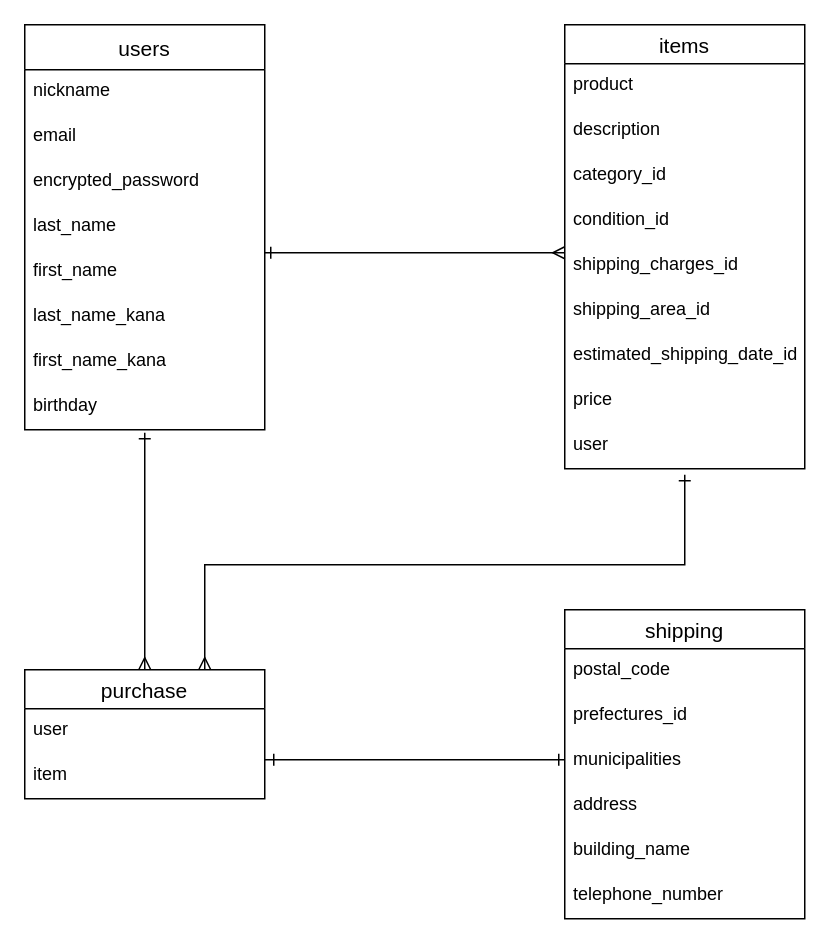
The draw.io diagram ER図.dio in teramitomoki/furima-36881, before the edit. Source tidied: cells renumbered, new cells numbered last; positions are measured from the earlier drawing's top-left corner, leaving out a move shared by most shapes. Both pictures are drawn from the tidied source at 150%, with x=0, y=0 at pixel (24, 24).
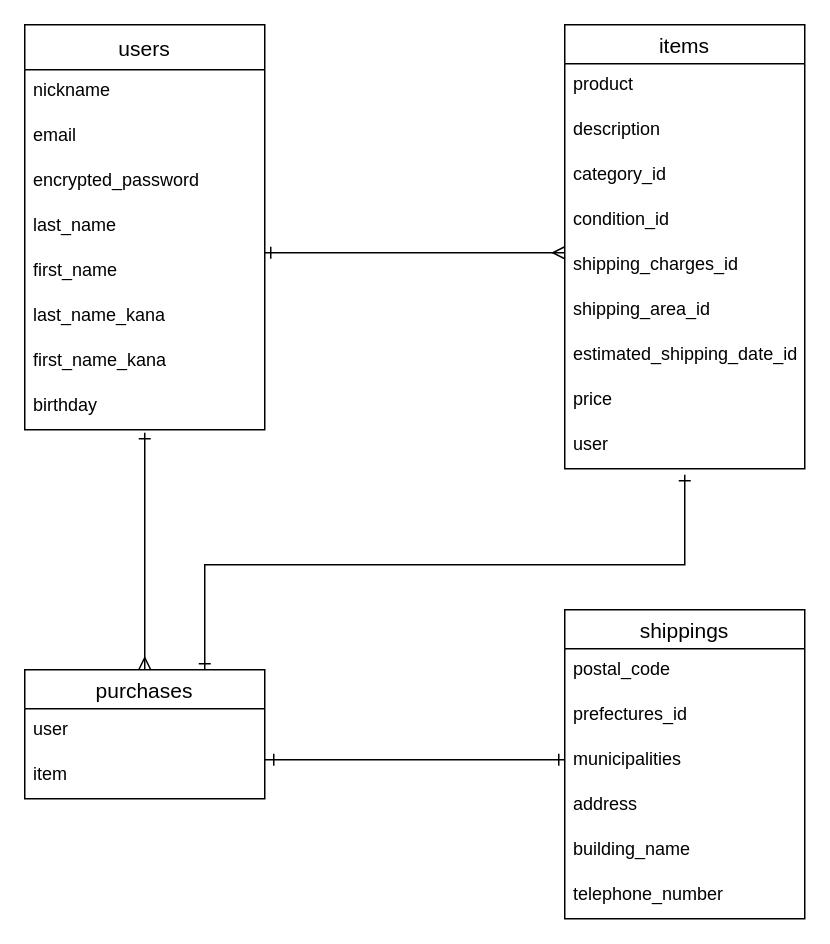
The same diagram, later.

Commit message (it also covers changes not shown here):
ER図,README修正2

Diff of the diagram source:
```diff
@@
-    <mxCell id="21" value="purchase" style="swimlane;fontStyle=0;horizontal=1;startSize=26;align=center;fontSize=14;" parent="1" vertex="1">
+    <mxCell id="21" value="purchases" style="swimlane;fontStyle=0;horizontal=1;startSize=26;align=center;fontSize=14;" parent="1" vertex="1">
       <mxGeometry y="430" width="160" height="86" as="geometry" />
     </mxCell>
@@
-    <mxCell id="24" value="shipping" style="swimlane;fontStyle=0;horizontal=1;startSize=26;align=center;fontSize=14;" parent="1" vertex="1">
+    <mxCell id="24" value="shippings" style="swimlane;fontStyle=0;horizontal=1;startSize=26;align=center;fontSize=14;" parent="1" vertex="1">
       <mxGeometry x="360" y="390" width="160" height="206" as="geometry" />
     </mxCell>
@@
-    <mxCell id="34" style="endArrow=ERone;html=1;rounded=0;endSize=6;targetPerimeterSpacing=0;strokeWidth=1;exitX=0.75;exitY=0;exitDx=0;exitDy=0;startArrow=ERmany;startFill=0;endFill=0;" parent="1" edge="1" source="21">
+    <mxCell id="34" style="endArrow=ERone;html=1;rounded=0;endSize=6;targetPerimeterSpacing=0;strokeWidth=1;exitX=0.75;exitY=0;exitDx=0;exitDy=0;startArrow=ERone;startFill=0;endFill=0;" parent="1" edge="1" source="21">
       <mxGeometry relative="1" as="geometry">
         <mxPoint x="440" y="300" as="targetPoint" />
         <Array as="points">
           <mxPoint x="120" y="360" />
           <mxPoint x="280" y="360" />
           <mxPoint x="440" y="360" />
           <mxPoint x="440" y="320" />
         </Array>
       </mxGeometry>
     </mxCell>
```
